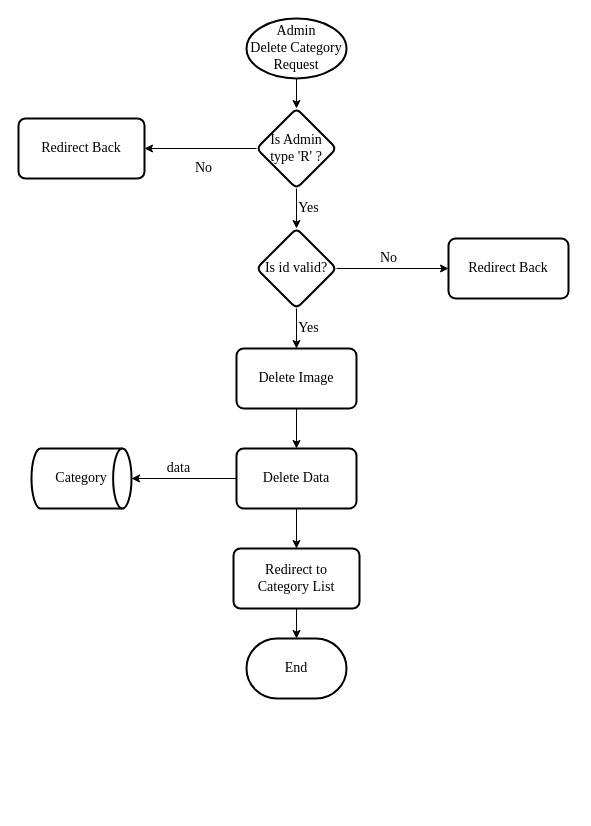
This is Documentation/diags/flow Charts/admin_delCategory.drawio from Suzuki0916/Real_Estate_Site, a draw.io file, before an edit. Source tidied: cells renumbered, new cells numbered last; positions are measured from the earlier drawing's top-left corner, leaving out a move shared by most shapes. Both pictures are drawn from the tidied source at 100%, with x=0, y=0 at pixel (18, 18).
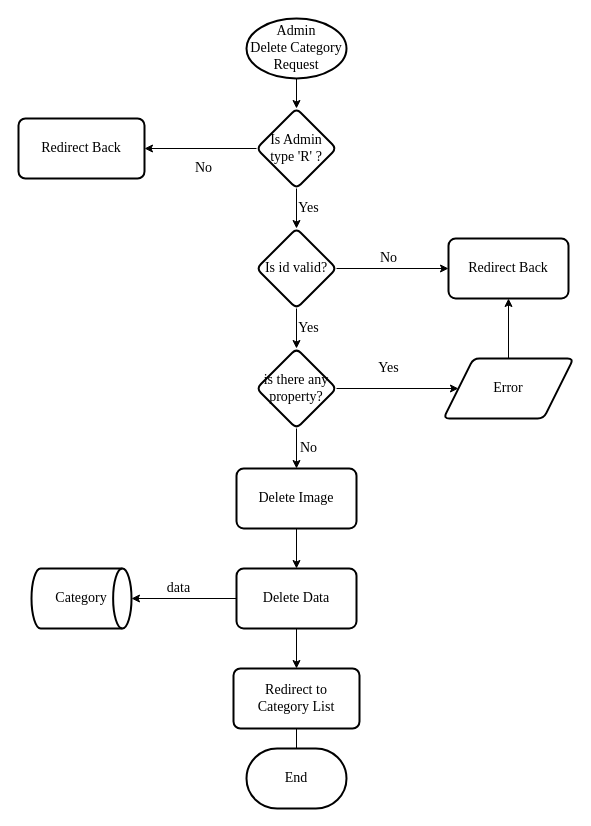
After the change.

Commit message (it also covers changes not shown here):
prog repo added in doc few flowcharts updated

Unchanged cells that the change refers to:
```xml
<mxCell id="10" value="Is id valid?" style="rhombus;whiteSpace=wrap;html=1;fontSize=14;fontFamily=Times New Roman;strokeWidth=2;rounded=1;arcSize=12;" parent="1" vertex="1">
  <mxGeometry x="238" y="210" width="80" height="80" as="geometry" />
</mxCell>
<mxCell id="11" value="Redirect Back" style="whiteSpace=wrap;html=1;fontSize=14;fontFamily=Times New Roman;strokeWidth=2;rounded=1;arcSize=12;" parent="1" vertex="1">
  <mxGeometry x="430" y="220" width="120" height="60" as="geometry" />
</mxCell>
```

Change to the diagram source:
```diff
@@
-    <mxCell id="9" value="Yes" style="edgeStyle=orthogonalEdgeStyle;rounded=0;jettySize=auto;html=1;fontFamily=Times New Roman;fontSize=14;" parent="1" edge="1" source="10" target="13">
+    <mxCell id="9" value="Yes" style="edgeStyle=orthogonalEdgeStyle;rounded=0;jettySize=auto;html=1;fontFamily=Times New Roman;fontSize=14;entryX=0.5;entryY=0;entryDx=0;entryDy=0;" parent="1" edge="1" source="10" target="23">
       <mxGeometry y="12" relative="1" as="geometry" />
     </mxCell>
@@
     <mxCell id="13" value="Delete Image" style="whiteSpace=wrap;html=1;fontSize=14;fontFamily=Times New Roman;strokeWidth=2;rounded=1;arcSize=12;" parent="1" vertex="1">
-      <mxGeometry x="218" y="330" width="120" height="60" as="geometry" />
+      <mxGeometry x="218" y="450" width="120" height="60" as="geometry" />
     </mxCell>
@@
     <mxCell id="16" value="Delete Data" style="whiteSpace=wrap;html=1;fontSize=14;fontFamily=Times New Roman;strokeWidth=2;rounded=1;arcSize=12;" parent="1" vertex="1">
-      <mxGeometry x="218" y="430" width="120" height="60" as="geometry" />
+      <mxGeometry x="218" y="550" width="120" height="60" as="geometry" />
     </mxCell>
     <mxCell id="17" value="Category" style="strokeWidth=2;html=1;shape=mxgraph.flowchart.direct_data;whiteSpace=wrap;fontFamily=Times New Roman;fontSize=14;" parent="1" vertex="1">
-      <mxGeometry x="13" y="430" width="100" height="60" as="geometry" />
+      <mxGeometry x="13" y="550" width="100" height="60" as="geometry" />
     </mxCell>
-    <mxCell id="18" style="edgeStyle=orthogonalEdgeStyle;rounded=0;jettySize=auto;html=1;fontFamily=Times New Roman;fontSize=14;" parent="1" edge="1" source="19" target="20">
-      <mxGeometry relative="1" as="geometry" />
+    <mxCell id="18" style="edgeStyle=orthogonalEdgeStyle;rounded=0;jettySize=auto;html=1;fontFamily=Times New Roman;fontSize=14;" parent="1" edge="1" source="19">
+      <mxGeometry relative="1" as="geometry">
+        <mxPoint x="278" y="740" as="targetPoint" />
+      </mxGeometry>
     </mxCell>
     <mxCell id="19" value="Redirect to &lt;br&gt;Category List" style="rounded=1;whiteSpace=wrap;html=1;absoluteArcSize=1;arcSize=14;strokeWidth=2;fontFamily=Times New Roman;fontSize=14;" parent="1" vertex="1">
-      <mxGeometry x="215" y="530" width="126" height="60" as="geometry" />
+      <mxGeometry x="215" y="650" width="126" height="60" as="geometry" />
     </mxCell>
     <mxCell id="20" value="End" style="strokeWidth=2;html=1;shape=mxgraph.flowchart.terminator;whiteSpace=wrap;fontFamily=Times New Roman;fontSize=14;" parent="1" vertex="1">
-      <mxGeometry x="228" y="620" width="100" height="60" as="geometry" />
+      <mxGeometry x="228" y="730" width="100" height="60" as="geometry" />
     </mxCell>
+    <mxCell id="21" value="Yes" style="edgeStyle=orthogonalEdgeStyle;rounded=0;jettySize=auto;html=1;fontFamily=Times New Roman;fontSize=14;" parent="1" edge="1" source="23" target="25">
+      <mxGeometry x="-0.15" y="20" relative="1" as="geometry" />
+    </mxCell>
+    <mxCell id="22" value="No" style="edgeStyle=orthogonalEdgeStyle;rounded=0;jettySize=auto;html=1;fontFamily=Times New Roman;fontSize=14;" parent="1" edge="1" source="23" target="13">
+      <mxGeometry y="12" relative="1" as="geometry" />
+    </mxCell>
+    <mxCell id="23" value="is there any property?" style="rhombus;whiteSpace=wrap;html=1;fontSize=14;fontFamily=Times New Roman;strokeWidth=2;rounded=1;arcSize=12;" parent="1" vertex="1">
+      <mxGeometry x="238" y="330" width="80" height="80" as="geometry" />
+    </mxCell>
+    <mxCell id="24" style="edgeStyle=orthogonalEdgeStyle;rounded=0;jettySize=auto;html=1;" parent="1" edge="1" source="25" target="11">
+      <mxGeometry relative="1" as="geometry" />
+    </mxCell>
+    <mxCell id="25" value="Error" style="shape=parallelogram;html=1;strokeWidth=2;perimeter=parallelogramPerimeter;whiteSpace=wrap;rounded=1;arcSize=12;size=0.23;fontFamily=Times New Roman;fontSize=14;" parent="1" vertex="1">
+      <mxGeometry x="425" y="340" width="130" height="60" as="geometry" />
+    </mxCell>
```
